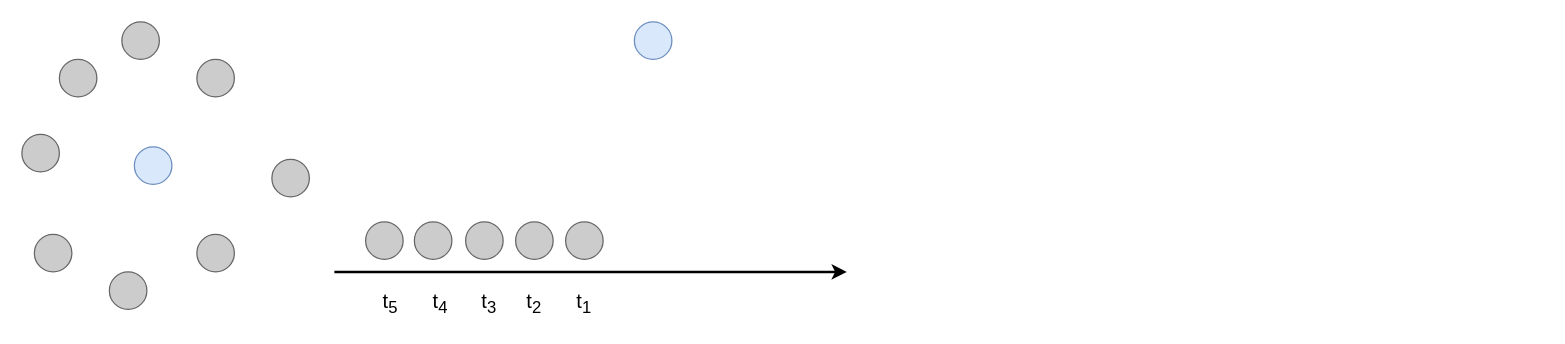
Earlier version of the draw.io diagram temporal sampling.drawio (LNqwn/BISHE-GRAPH). Source tidied: cells renumbered, new cells numbered last; positions are measured from the earlier drawing's top-left corner, leaving out a move shared by most shapes. Both pictures are drawn from the tidied source at 125%, with x=0, y=0 at pixel (21, 21).
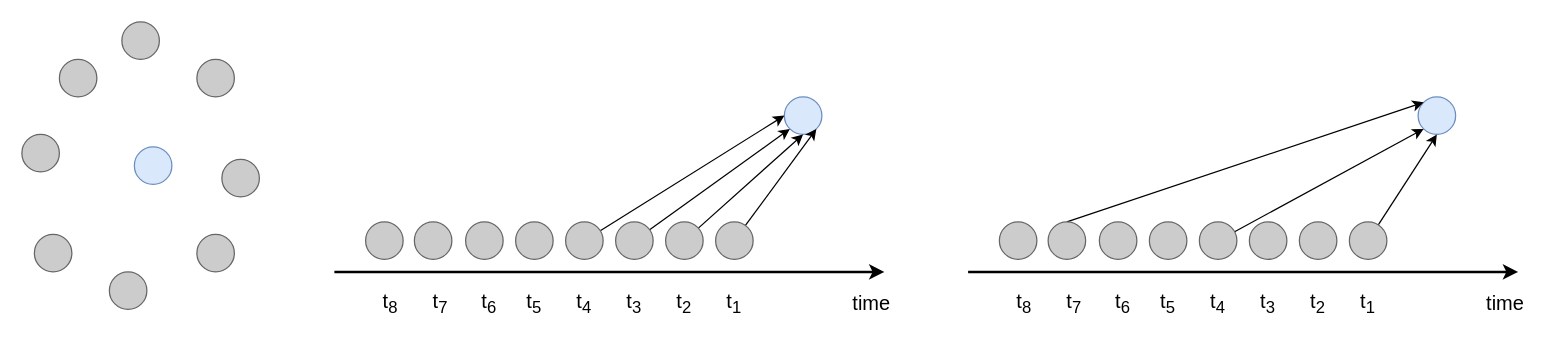
The same page after the edit.

The change refers to these unchanged cells:
```xml
<mxCell id="21" style="ellipse;whiteSpace=wrap;html=1;fillColor=#CCCCCC;strokeColor=#666666;fontColor=#333333;" parent="1" vertex="1">
  <mxGeometry x="435" y="160" width="30" height="30" as="geometry" />
</mxCell>
```

The edit, as a diff of the source:
```diff
@@
     <mxCell id="7" style="ellipse;whiteSpace=wrap;html=1;fillColor=#CCCCCC;strokeColor=#666666;fontColor=#333333;" parent="1" vertex="1">
-      <mxGeometry x="200" y="110" width="30" height="30" as="geometry" />
+      <mxGeometry x="160" y="110" width="30" height="30" as="geometry" />
     </mxCell>
@@
     <mxCell id="11" style="endArrow=classic;html=1;rounded=0;strokeWidth=2;" parent="1" edge="1">
       <mxGeometry relative="1" as="geometry">
         <mxPoint x="250" y="200" as="sourcePoint" />
-        <mxPoint x="660" y="200" as="targetPoint" />
+        <mxPoint x="690" y="200" as="targetPoint" />
       </mxGeometry>
     </mxCell>
-    <mxCell id="12" value="&lt;font style=&quot;font-size: 16px;&quot;&gt;t&lt;sub style=&quot;&quot;&gt;5&lt;/sub&gt;&lt;/font&gt;" style="text;html=1;align=center;verticalAlign=middle;whiteSpace=wrap;rounded=0;" parent="1" vertex="1">
+    <mxCell id="12" value="&lt;font style=&quot;font-size: 16px;&quot;&gt;t&lt;sub style=&quot;&quot;&gt;8&lt;/sub&gt;&lt;/font&gt;" style="text;html=1;align=center;verticalAlign=middle;whiteSpace=wrap;rounded=0;" parent="1" vertex="1">
       <mxGeometry x="265" y="210" width="60" height="30" as="geometry" />
     </mxCell>
-    <mxCell id="13" value="&lt;font style=&quot;font-size: 16px;&quot;&gt;t&lt;sub&gt;4&lt;/sub&gt;&lt;/font&gt;" style="text;html=1;align=center;verticalAlign=middle;whiteSpace=wrap;rounded=0;" parent="1" vertex="1">
+    <mxCell id="13" value="&lt;font style=&quot;font-size: 16px;&quot;&gt;t&lt;sub&gt;7&lt;/sub&gt;&lt;/font&gt;" style="text;html=1;align=center;verticalAlign=middle;whiteSpace=wrap;rounded=0;" parent="1" vertex="1">
       <mxGeometry x="305" y="210" width="60" height="30" as="geometry" />
     </mxCell>
-    <mxCell id="14" value="&lt;font style=&quot;font-size: 16px;&quot;&gt;t&lt;sub&gt;3&lt;/sub&gt;&lt;/font&gt;" style="text;html=1;align=center;verticalAlign=middle;whiteSpace=wrap;rounded=0;" parent="1" vertex="1">
+    <mxCell id="14" value="&lt;font style=&quot;font-size: 16px;&quot;&gt;t&lt;sub&gt;6&lt;/sub&gt;&lt;/font&gt;" style="text;html=1;align=center;verticalAlign=middle;whiteSpace=wrap;rounded=0;" parent="1" vertex="1">
       <mxGeometry x="343.5" y="210" width="60" height="30" as="geometry" />
     </mxCell>
-    <mxCell id="15" value="&lt;font style=&quot;font-size: 16px;&quot;&gt;t&lt;sub&gt;2&lt;/sub&gt;&lt;/font&gt;" style="text;html=1;align=center;verticalAlign=middle;whiteSpace=wrap;rounded=0;" parent="1" vertex="1">
+    <mxCell id="15" value="&lt;font style=&quot;font-size: 16px;&quot;&gt;t&lt;sub&gt;5&lt;/sub&gt;&lt;/font&gt;" style="text;html=1;align=center;verticalAlign=middle;whiteSpace=wrap;rounded=0;" parent="1" vertex="1">
       <mxGeometry x="380" y="210" width="60" height="30" as="geometry" />
     </mxCell>
-    <mxCell id="16" value="&lt;font style=&quot;font-size: 16px;&quot;&gt;t&lt;sub&gt;1&lt;/sub&gt;&lt;/font&gt;" style="text;html=1;align=center;verticalAlign=middle;whiteSpace=wrap;rounded=0;" parent="1" vertex="1">
+    <mxCell id="16" value="&lt;font style=&quot;font-size: 16px;&quot;&gt;t&lt;sub&gt;4&lt;/sub&gt;&lt;/font&gt;" style="text;html=1;align=center;verticalAlign=middle;whiteSpace=wrap;rounded=0;" parent="1" vertex="1">
       <mxGeometry x="420" y="210" width="60" height="30" as="geometry" />
     </mxCell>
     <mxCell id="17" style="ellipse;whiteSpace=wrap;html=1;fillColor=#dae8fc;strokeColor=#6c8ebf;" parent="1" vertex="1">
-      <mxGeometry x="490" width="30" height="30" as="geometry" />
+      <mxGeometry x="610" y="60" width="30" height="30" as="geometry" />
     </mxCell>
@@
+    <mxCell id="23" style="rounded=0;jettySize=auto;html=1;entryX=0;entryY=0.5;entryDx=0;entryDy=0;" parent="1" edge="1" source="21" target="17">
+      <mxGeometry relative="1" as="geometry" />
+    </mxCell>
@@
+    <mxCell id="24" value="&lt;font style=&quot;font-size: 16px;&quot;&gt;t&lt;sub&gt;3&lt;/sub&gt;&lt;/font&gt;" style="text;html=1;align=center;verticalAlign=middle;whiteSpace=wrap;rounded=0;" parent="1" vertex="1">
+      <mxGeometry x="460" y="210" width="60" height="30" as="geometry" />
+    </mxCell>
+    <mxCell id="25" value="&lt;font style=&quot;font-size: 16px;&quot;&gt;t&lt;sub&gt;2&lt;/sub&gt;&lt;/font&gt;" style="text;html=1;align=center;verticalAlign=middle;whiteSpace=wrap;rounded=0;" parent="1" vertex="1">
+      <mxGeometry x="500" y="210" width="60" height="30" as="geometry" />
+    </mxCell>
+    <mxCell id="26" value="&lt;font style=&quot;font-size: 16px;&quot;&gt;t&lt;sub&gt;1&lt;/sub&gt;&lt;/font&gt;" style="text;html=1;align=center;verticalAlign=middle;whiteSpace=wrap;rounded=0;" parent="1" vertex="1">
+      <mxGeometry x="540" y="210" width="60" height="30" as="geometry" />
+    </mxCell>
+    <mxCell id="27" style="rounded=0;jettySize=auto;html=1;entryX=0;entryY=1;entryDx=0;entryDy=0;" parent="1" edge="1" source="28" target="17">
+      <mxGeometry relative="1" as="geometry" />
+    </mxCell>
+    <mxCell id="28" style="ellipse;whiteSpace=wrap;html=1;fillColor=#CCCCCC;strokeColor=#666666;fontColor=#333333;" parent="1" vertex="1">
+      <mxGeometry x="475" y="160" width="30" height="30" as="geometry" />
+    </mxCell>
+    <mxCell id="29" style="edgeStyle=none;shape=connector;rounded=0;jettySize=auto;html=1;entryX=0.5;entryY=1;entryDx=0;entryDy=0;strokeColor=default;align=center;verticalAlign=middle;fontFamily=Helvetica;fontSize=11;fontColor=default;labelBackgroundColor=default;endArrow=classic;" parent="1" edge="1" source="30" target="17">
+      <mxGeometry relative="1" as="geometry" />
+    </mxCell>
+    <mxCell id="30" style="ellipse;whiteSpace=wrap;html=1;fillColor=#CCCCCC;strokeColor=#666666;fontColor=#333333;" parent="1" vertex="1">
+      <mxGeometry x="515" y="160" width="30" height="30" as="geometry" />
+    </mxCell>
+    <mxCell id="31" style="edgeStyle=none;shape=connector;rounded=0;jettySize=auto;html=1;entryX=1;entryY=1;entryDx=0;entryDy=0;strokeColor=default;align=center;verticalAlign=middle;fontFamily=Helvetica;fontSize=11;fontColor=default;labelBackgroundColor=default;endArrow=classic;" parent="1" edge="1" source="32" target="17">
+      <mxGeometry relative="1" as="geometry" />
+    </mxCell>
+    <mxCell id="32" style="ellipse;whiteSpace=wrap;html=1;fillColor=#CCCCCC;strokeColor=#666666;fontColor=#333333;" parent="1" vertex="1">
+      <mxGeometry x="555" y="160" width="30" height="30" as="geometry" />
+    </mxCell>
+    <mxCell id="33" value="&lt;span style=&quot;font-size: 16px;&quot;&gt;time&lt;/span&gt;" style="text;html=1;align=center;verticalAlign=middle;whiteSpace=wrap;rounded=0;" parent="1" vertex="1">
+      <mxGeometry x="650" y="210" width="60" height="30" as="geometry" />
+    </mxCell>
+    <mxCell id="34" style="endArrow=classic;html=1;rounded=0;strokeWidth=2;" parent="1" edge="1">
+      <mxGeometry relative="1" as="geometry">
+        <mxPoint x="757" y="200" as="sourcePoint" />
+        <mxPoint x="1197" y="200" as="targetPoint" />
+      </mxGeometry>
+    </mxCell>
+    <mxCell id="35" value="&lt;font style=&quot;font-size: 16px;&quot;&gt;t&lt;sub style=&quot;&quot;&gt;8&lt;/sub&gt;&lt;/font&gt;" style="text;html=1;align=center;verticalAlign=middle;whiteSpace=wrap;rounded=0;" parent="1" vertex="1">
+      <mxGeometry x="772" y="210" width="60" height="30" as="geometry" />
+    </mxCell>
+    <mxCell id="36" value="&lt;font style=&quot;font-size: 16px;&quot;&gt;t&lt;sub&gt;7&lt;/sub&gt;&lt;/font&gt;" style="text;html=1;align=center;verticalAlign=middle;whiteSpace=wrap;rounded=0;" parent="1" vertex="1">
+      <mxGeometry x="812" y="210" width="60" height="30" as="geometry" />
+    </mxCell>
+    <mxCell id="37" value="&lt;font style=&quot;font-size: 16px;&quot;&gt;t&lt;sub&gt;6&lt;/sub&gt;&lt;/font&gt;" style="text;html=1;align=center;verticalAlign=middle;whiteSpace=wrap;rounded=0;" parent="1" vertex="1">
+      <mxGeometry x="850.5" y="210" width="60" height="30" as="geometry" />
+    </mxCell>
+    <mxCell id="38" value="&lt;font style=&quot;font-size: 16px;&quot;&gt;t&lt;sub&gt;5&lt;/sub&gt;&lt;/font&gt;" style="text;html=1;align=center;verticalAlign=middle;whiteSpace=wrap;rounded=0;" parent="1" vertex="1">
+      <mxGeometry x="887" y="210" width="60" height="30" as="geometry" />
+    </mxCell>
+    <mxCell id="39" value="&lt;font style=&quot;font-size: 16px;&quot;&gt;t&lt;sub&gt;4&lt;/sub&gt;&lt;/font&gt;" style="text;html=1;align=center;verticalAlign=middle;whiteSpace=wrap;rounded=0;" parent="1" vertex="1">
+      <mxGeometry x="927" y="210" width="60" height="30" as="geometry" />
+    </mxCell>
+    <mxCell id="40" style="ellipse;whiteSpace=wrap;html=1;fillColor=#dae8fc;strokeColor=#6c8ebf;" parent="1" vertex="1">
+      <mxGeometry x="1117" y="60" width="30" height="30" as="geometry" />
+    </mxCell>
+    <mxCell id="41" style="ellipse;whiteSpace=wrap;html=1;fillColor=#CCCCCC;strokeColor=#666666;fontColor=#333333;" parent="1" vertex="1">
+      <mxGeometry x="782" y="160" width="30" height="30" as="geometry" />
+    </mxCell>
+    <mxCell id="42" style="edgeStyle=none;shape=connector;rounded=0;jettySize=auto;html=1;entryX=0;entryY=0;entryDx=0;entryDy=0;strokeColor=default;align=center;verticalAlign=middle;fontFamily=Helvetica;fontSize=11;fontColor=default;labelBackgroundColor=default;endArrow=classic;exitX=0.5;exitY=0;exitDx=0;exitDy=0;" parent="1" edge="1" source="43" target="40">
+      <mxGeometry relative="1" as="geometry" />
+    </mxCell>
+    <mxCell id="43" style="ellipse;whiteSpace=wrap;html=1;fillColor=#CCCCCC;strokeColor=#666666;fontColor=#333333;" parent="1" vertex="1">
+      <mxGeometry x="821" y="160" width="30" height="30" as="geometry" />
+    </mxCell>
+    <mxCell id="44" style="ellipse;whiteSpace=wrap;html=1;fillColor=#CCCCCC;strokeColor=#666666;fontColor=#333333;" parent="1" vertex="1">
+      <mxGeometry x="902" y="160" width="30" height="30" as="geometry" />
+    </mxCell>
+    <mxCell id="45" style="rounded=0;jettySize=auto;html=1;entryX=0;entryY=1;entryDx=0;entryDy=0;" parent="1" edge="1" source="46" target="40">
+      <mxGeometry relative="1" as="geometry" />
+    </mxCell>
+    <mxCell id="46" style="ellipse;whiteSpace=wrap;html=1;fillColor=#CCCCCC;strokeColor=#666666;fontColor=#333333;" parent="1" vertex="1">
+      <mxGeometry x="942" y="160" width="30" height="30" as="geometry" />
+    </mxCell>
+    <mxCell id="47" style="ellipse;whiteSpace=wrap;html=1;fillColor=#CCCCCC;strokeColor=#666666;fontColor=#333333;" parent="1" vertex="1">
+      <mxGeometry x="862" y="160" width="30" height="30" as="geometry" />
+    </mxCell>
+    <mxCell id="48" value="&lt;font style=&quot;font-size: 16px;&quot;&gt;t&lt;sub&gt;3&lt;/sub&gt;&lt;/font&gt;" style="text;html=1;align=center;verticalAlign=middle;whiteSpace=wrap;rounded=0;" parent="1" vertex="1">
+      <mxGeometry x="967" y="210" width="60" height="30" as="geometry" />
+    </mxCell>
+    <mxCell id="49" value="&lt;font style=&quot;font-size: 16px;&quot;&gt;t&lt;sub&gt;2&lt;/sub&gt;&lt;/font&gt;" style="text;html=1;align=center;verticalAlign=middle;whiteSpace=wrap;rounded=0;" parent="1" vertex="1">
+      <mxGeometry x="1007" y="210" width="60" height="30" as="geometry" />
+    </mxCell>
+    <mxCell id="50" value="&lt;font style=&quot;font-size: 16px;&quot;&gt;t&lt;sub&gt;1&lt;/sub&gt;&lt;/font&gt;" style="text;html=1;align=center;verticalAlign=middle;whiteSpace=wrap;rounded=0;" parent="1" vertex="1">
+      <mxGeometry x="1047" y="210" width="60" height="30" as="geometry" />
+    </mxCell>
+    <mxCell id="51" style="ellipse;whiteSpace=wrap;html=1;fillColor=#CCCCCC;strokeColor=#666666;fontColor=#333333;" parent="1" vertex="1">
+      <mxGeometry x="982" y="160" width="30" height="30" as="geometry" />
+    </mxCell>
+    <mxCell id="52" style="ellipse;whiteSpace=wrap;html=1;fillColor=#CCCCCC;strokeColor=#666666;fontColor=#333333;" parent="1" vertex="1">
+      <mxGeometry x="1022" y="160" width="30" height="30" as="geometry" />
+    </mxCell>
+    <mxCell id="53" style="edgeStyle=none;shape=connector;rounded=0;jettySize=auto;html=1;entryX=0.5;entryY=1;entryDx=0;entryDy=0;strokeColor=default;align=center;verticalAlign=middle;fontFamily=Helvetica;fontSize=11;fontColor=default;labelBackgroundColor=default;endArrow=classic;" parent="1" edge="1" source="54" target="40">
+      <mxGeometry relative="1" as="geometry" />
+    </mxCell>
+    <mxCell id="54" style="ellipse;whiteSpace=wrap;html=1;fillColor=#CCCCCC;strokeColor=#666666;fontColor=#333333;" parent="1" vertex="1">
+      <mxGeometry x="1062" y="160" width="30" height="30" as="geometry" />
+    </mxCell>
+    <mxCell id="55" value="&lt;span style=&quot;font-size: 16px;&quot;&gt;time&lt;/span&gt;" style="text;html=1;align=center;verticalAlign=middle;whiteSpace=wrap;rounded=0;" parent="1" vertex="1">
+      <mxGeometry x="1157" y="210" width="60" height="30" as="geometry" />
+    </mxCell>
```
